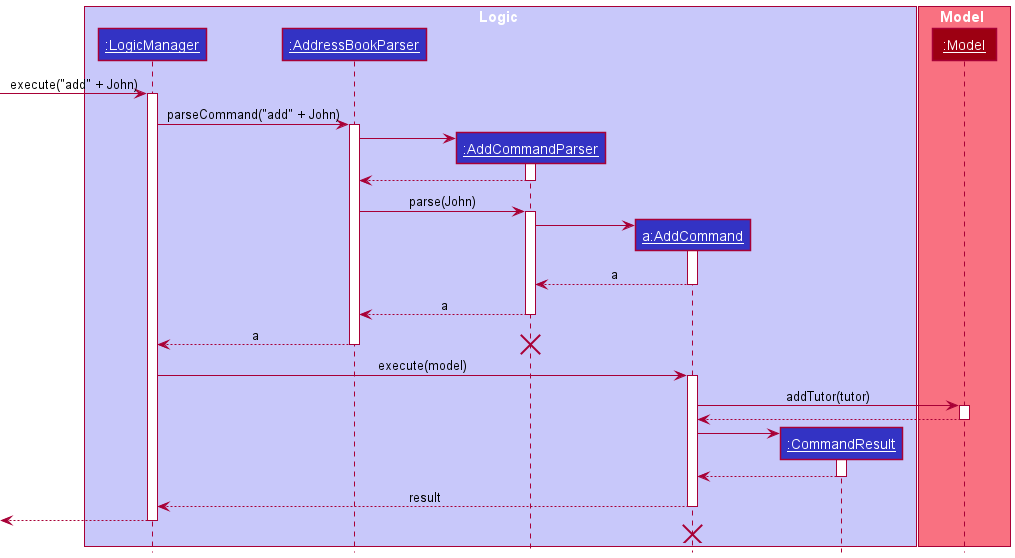
Above: docs/images/AddCommandSequenceDiagram.png in tenebrius1/tp (PlantUML), before the change.
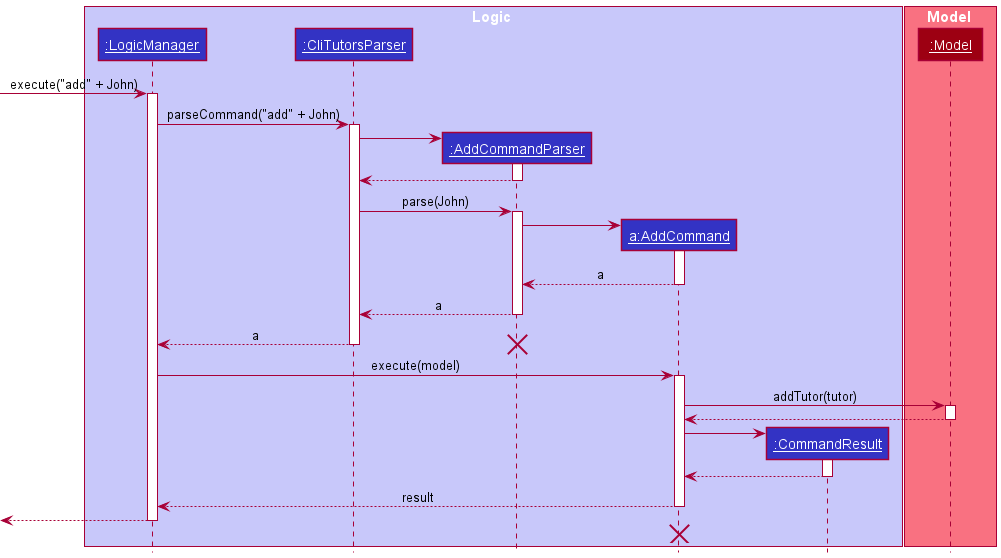
The same diagram one commit later.

Diff of the diagram source:
```diff
@@ -3,7 +3,7 @@
 
 box Logic LOGIC_COLOR_T1
 participant "__:LogicManager__" as LogicManager LOGIC_COLOR
-participant "__:AddressBookParser__" as AddressBookParser LOGIC_COLOR
+participant "__:CliTutorsParser__" as CliTutorsParser LOGIC_COLOR
 participant "__:AddCommandParser__" as AddCommandParser LOGIC_COLOR
 participant "__a:AddCommand__" as AddCommand LOGIC_COLOR
 participant "__:CommandResult__" as CommandResult LOGIC_COLOR
@@ -15,17 +15,17 @@
 
 [-> LogicManager : execute("add" + John)
 activate LogicManager
-LogicManager -> AddressBookParser : parseCommand("add" + John)
-activate AddressBookParser
+LogicManager -> CliTutorsParser : parseCommand("add" + John)
+activate CliTutorsParser
 
 create AddCommandParser
-AddressBookParser -> AddCommandParser
+CliTutorsParser -> AddCommandParser
 activate AddCommandParser
 
-AddressBookParser <-- AddCommandParser
+CliTutorsParser <-- AddCommandParser
 deactivate AddCommandParser
 
-AddressBookParser -> AddCommandParser : parse(John)
+CliTutorsParser -> AddCommandParser : parse(John)
 activate AddCommandParser
 
 create AddCommand
@@ -35,11 +35,11 @@
 AddCommandParser <-- AddCommand : a
 deactivate AddCommand
 
-AddCommandParser --> AddressBookParser : a
+AddCommandParser --> CliTutorsParser : a
 deactivate AddCommandParser
 
-AddressBookParser --> LogicManager : a
-deactivate AddressBookParser
+CliTutorsParser --> LogicManager : a
+deactivate CliTutorsParser
 destroy AddCommandParser
 
 LogicManager -> AddCommand : execute(model)
```
